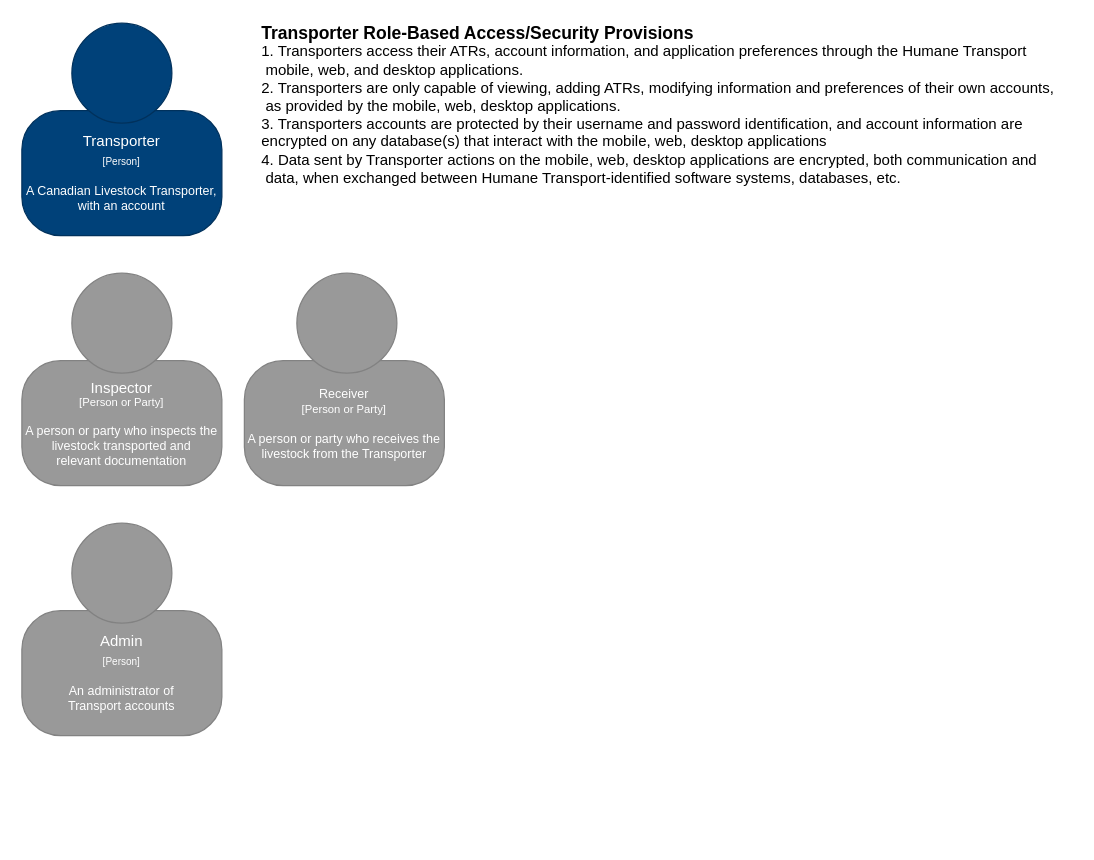
holtzmak/Humane-Transport keeps this draw.io diagram as documentation/client-server architecture/Persona Role-Based Access Security Provisions.drawio. Above is the earlier version. Source tidied: cells renumbered, new cells numbered last; positions are measured from the earlier drawing's top-left corner, leaving out a move shared by most shapes. Both pictures are drawn from the tidied source at 125%, with x=0, y=0 at pixel (21, 22).
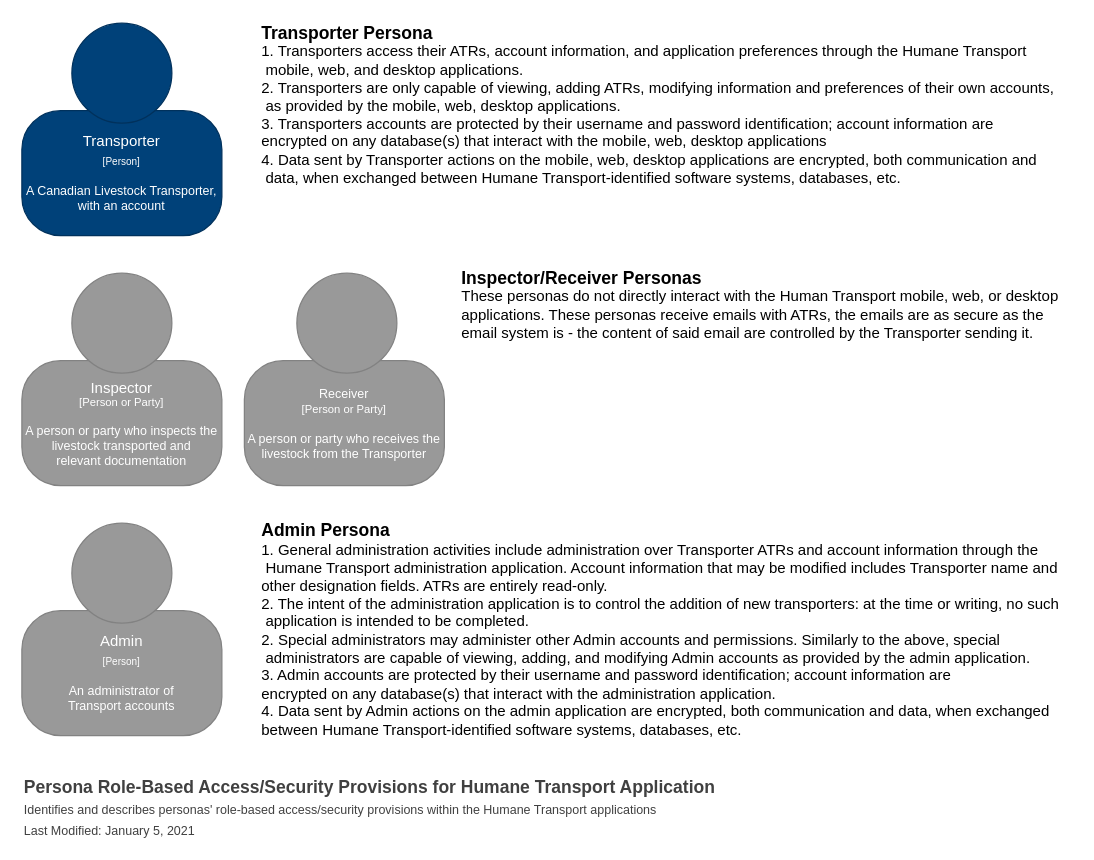
After the change.

Commit message (it also covers changes not shown here):
Add Receiver. Inspector, Admin Personas

Change to the diagram source:
```diff
@@
 <mxGraphModel>
   <root>
     <mxCell id="0" />
     <mxCell id="1" parent="0" />
     <mxCell id="2" style="group;" parent="1" vertex="1">
       <mxGeometry width="160" height="170" as="geometry" />
     </mxCell>
     <mxCell id="3" value="&lt;div&gt;&lt;font color=&quot;#ffffff&quot;&gt;Transporter&lt;br&gt;&lt;font style=&quot;font-size: 8px&quot;&gt;[Person]&lt;/font&gt;&lt;/font&gt;&lt;/div&gt;&lt;div style=&quot;font-size: 10px&quot;&gt;&lt;font color=&quot;#ffffff&quot; style=&quot;font-size: 10px&quot;&gt;&lt;span style=&quot;font-size: 8px&quot;&gt;&lt;br&gt;&lt;/span&gt;A Canadian Livestock Transporter,&lt;br&gt;with an account&lt;/font&gt;&lt;br&gt;&lt;/div&gt;" style="rounded=1;whiteSpace=wrap;html=1;strokeColor=#00315C;fillColor=#004179;fontColor=#000000;arcSize=31;" parent="2" vertex="1">
       <mxGeometry y="70" width="160" height="100" as="geometry" />
     </mxCell>
     <mxCell id="4" style="ellipse;whiteSpace=wrap;html=1;strokeColor=#00315C;fillColor=#004179;fontColor=#000000;" parent="2" vertex="1">
       <mxGeometry x="40" width="80" height="80" as="geometry" />
     </mxCell>
-    <mxCell id="5" value="&lt;b&gt;&lt;font style=&quot;font-size: 14px&quot;&gt;Transporter Role-Based Access/Security Provisions&lt;/font&gt;&lt;/b&gt;&lt;br&gt;1. Transporters access their ATRs, account information, and application preferences through the Humane Transport&lt;br&gt;&amp;nbsp;mobile, web, and desktop applications.&lt;br&gt;2. Transporters are only capable of viewing, adding ATRs, modifying information and preferences of their own accounts,&lt;br&gt;&amp;nbsp;as provided by the mobile, web, desktop applications.&lt;br&gt;3. Transporters accounts are protected by their username and password identification, and account information are &lt;br&gt;encrypted on any database(s) that interact with the mobile, web, desktop applications&lt;br&gt;4. Data sent by Transporter actions on the mobile, web, desktop applications are encrypted, both communication and&lt;br&gt;&amp;nbsp;data, when exchanged between Humane Transport-identified software systems, databases, etc." style="text;html=1;align=left;verticalAlign=middle;" parent="1" vertex="1">
+    <mxCell id="5" value="&lt;b&gt;&lt;font style=&quot;font-size: 14px&quot;&gt;Transporter Persona&lt;/font&gt;&lt;/b&gt;&lt;br&gt;1. Transporters access their ATRs, account information, and application preferences through the Humane Transport&lt;br&gt;&amp;nbsp;mobile, web, and desktop applications.&lt;br&gt;2. Transporters are only capable of viewing, adding ATRs, modifying information and preferences of their own accounts,&lt;br&gt;&amp;nbsp;as provided by the mobile, web, desktop applications.&lt;br&gt;3. Transporters accounts are protected by their username and password identification; account information are &lt;br&gt;encrypted on any database(s) that interact with the mobile, web, desktop applications&lt;br&gt;4. Data sent by Transporter actions on the mobile, web, desktop applications are encrypted, both communication and&lt;br&gt;&amp;nbsp;data, when exchanged between Humane Transport-identified software systems, databases, etc." style="text;html=1;align=left;verticalAlign=middle;" parent="1" vertex="1">
       <mxGeometry x="190" width="650" height="130" as="geometry" />
     </mxCell>
     <mxCell id="6" style="group;" parent="1" vertex="1">
       <mxGeometry y="200" width="160" height="170" as="geometry" />
     </mxCell>
     <mxCell id="7" value="&lt;div style=&quot;font-size: 9px&quot;&gt;&lt;font color=&quot;#ffffff&quot; style=&quot;font-size: 9px&quot;&gt;&lt;font style=&quot;font-size: 12px&quot;&gt;Inspector&lt;/font&gt;&lt;br&gt;&lt;span&gt;[Person or Party]&lt;/span&gt;&lt;br&gt;&lt;br&gt;&lt;/font&gt;&lt;/div&gt;&lt;div style=&quot;font-size: 10px&quot;&gt;&lt;font color=&quot;#ffffff&quot; style=&quot;font-size: 10px&quot;&gt;A person or party who inspects the&lt;br&gt;livestock transported and&lt;br&gt;relevant documentation&lt;/font&gt;&lt;br&gt;&lt;/div&gt;" style="rounded=1;whiteSpace=wrap;html=1;strokeColor=#828282;fillColor=#999999;fontColor=#000000;arcSize=31;" parent="6" vertex="1">
       <mxGeometry y="70" width="160" height="100" as="geometry" />
     </mxCell>
     <mxCell id="8" style="ellipse;whiteSpace=wrap;html=1;strokeColor=#828282;fillColor=#999999;fontColor=#000000;" parent="6" vertex="1">
       <mxGeometry x="40" width="80" height="80" as="geometry" />
     </mxCell>
     <mxCell id="9" style="group;" parent="1" vertex="1">
       <mxGeometry x="180" y="200" width="160" height="170" as="geometry" />
     </mxCell>
     <mxCell id="10" value="&lt;div style=&quot;font-size: 10px&quot;&gt;&lt;font color=&quot;#ffffff&quot; style=&quot;font-size: 10px&quot;&gt;&lt;span&gt;Receiver&lt;/span&gt;&lt;br&gt;&lt;span&gt;&lt;font style=&quot;font-size: 9px&quot;&gt;[Person or Party]&lt;/font&gt;&lt;/span&gt;&lt;br&gt;&lt;span&gt;&lt;br&gt;&lt;/span&gt;&lt;/font&gt;&lt;/div&gt;&lt;div style=&quot;font-size: 10px&quot;&gt;&lt;font color=&quot;#ffffff&quot; style=&quot;font-size: 10px&quot;&gt;&lt;span&gt;A person or party who receives the&lt;/span&gt;&lt;br&gt;&lt;span&gt;livestock from the Transporter&lt;/span&gt;&lt;/font&gt;&lt;br&gt;&lt;/div&gt;" style="rounded=1;whiteSpace=wrap;html=1;strokeColor=#828282;fillColor=#999999;fontColor=#000000;arcSize=31;" parent="9" vertex="1">
       <mxGeometry x="-2" y="70" width="160" height="100" as="geometry" />
     </mxCell>
     <mxCell id="11" style="ellipse;whiteSpace=wrap;html=1;strokeColor=#828282;fillColor=#999999;fontColor=#000000;" parent="9" vertex="1">
       <mxGeometry x="40" width="80" height="80" as="geometry" />
     </mxCell>
     <mxCell id="12" style="group;" parent="1" vertex="1">
       <mxGeometry y="400" width="160" height="170" as="geometry" />
     </mxCell>
     <mxCell id="13" value="&lt;div&gt;&lt;font color=&quot;#ffffff&quot;&gt;Admin&lt;br&gt;&lt;font style=&quot;font-size: 8px&quot;&gt;[Person]&lt;/font&gt;&lt;/font&gt;&lt;/div&gt;&lt;div style=&quot;font-size: 10px&quot;&gt;&lt;font color=&quot;#ffffff&quot; style=&quot;font-size: 10px&quot;&gt;&lt;span style=&quot;font-size: 8px&quot;&gt;&lt;br&gt;&lt;/span&gt;An administrator of&lt;br&gt;Transport accounts&lt;/font&gt;&lt;br&gt;&lt;/div&gt;" style="rounded=1;whiteSpace=wrap;html=1;strokeColor=#828282;fillColor=#999999;fontColor=#000000;arcSize=31;" parent="12" vertex="1">
       <mxGeometry y="70" width="160" height="100" as="geometry" />
     </mxCell>
     <mxCell id="14" style="ellipse;whiteSpace=wrap;html=1;strokeColor=#828282;fillColor=#999999;fontColor=#000000;" parent="12" vertex="1">
       <mxGeometry x="40" width="80" height="80" as="geometry" />
     </mxCell>
+    <mxCell id="15" value="&lt;b&gt;&lt;font style=&quot;font-size: 14px&quot;&gt;Inspector/Receiver Personas&lt;/font&gt;&lt;/b&gt;&lt;br&gt;&lt;span&gt;These personas do not directly interact with the Human Transport mobile, web, or desktop &lt;br&gt;applications. These personas receive emails with ATRs, the emails are as secure as the &lt;br&gt;email system is - the content of said email are controlled by the Transporter sending it.&lt;br&gt;&lt;/span&gt;" style="text;html=1;align=left;verticalAlign=middle;" parent="1" vertex="1">
+      <mxGeometry x="350" y="195" width="490" height="60" as="geometry" />
+    </mxCell>
+    <mxCell id="16" value="&lt;b&gt;&lt;font style=&quot;font-size: 14px&quot;&gt;Admin Persona&lt;/font&gt;&lt;/b&gt;&lt;br&gt;&lt;span&gt;1. General administration activities include administration over Transporter ATRs and account information through the&lt;br&gt;&amp;nbsp;Humane Transport administration&amp;nbsp;&lt;/span&gt;&lt;span&gt;application. Account information that may be modified includes Transporter name and &lt;br&gt;other designation fields. ATRs are entirely read-only.&lt;br&gt;&lt;/span&gt;2. The intent of the administration application is to control the addition of new transporters: at the time or writing, no such&lt;br&gt;&amp;nbsp;application is intended to be completed.&lt;br&gt;&lt;span&gt;2. Special administrators may administer other Admin accounts and permissions. Similarly to the above, special&lt;br&gt;&amp;nbsp;administrators are capable of viewing, adding, and modifying Admin accounts&lt;/span&gt;&lt;span&gt;&amp;nbsp;as provided by the admin application.&lt;/span&gt;&lt;br&gt;&lt;span&gt;3. Admin accounts are protected by their username and password identification; account information are&amp;nbsp;&lt;/span&gt;&lt;br&gt;&lt;span&gt;encrypted on any database(s) that interact with the administration application.&lt;/span&gt;&lt;br&gt;&lt;span&gt;4. Data sent by Admin actions on the admin application are encrypted, both communication and&amp;nbsp;&lt;/span&gt;&lt;span&gt;data, when exchanged &lt;br&gt;between Humane Transport-identified software systems, databases, etc.&lt;/span&gt;&lt;span&gt;&lt;br&gt;&lt;/span&gt;" style="text;html=1;align=left;verticalAlign=middle;" parent="1" vertex="1">
+      <mxGeometry x="190" y="400" width="650" height="170" as="geometry" />
+    </mxCell>
+    <mxCell id="17" value="Persona Role-Based Access/Security Provisions for Humane Transport Application&lt;br style=&quot;font-size: 10px&quot;&gt;&lt;font size=&quot;1&quot;&gt;&lt;span style=&quot;font-weight: 400&quot;&gt;Identifies and describes personas' role-based access/security provisions within the Humane Transport applications&lt;br&gt;Last Modified: January 5, 2021&lt;br&gt;&lt;/span&gt;&lt;/font&gt;" style="text;html=1;align=left;verticalAlign=top;spacingTop=-4;fontSize=14;fontColor=#404040;fontStyle=1;" parent="1" vertex="1">
+      <mxGeometry y="600" width="570" height="50" as="geometry" />
+    </mxCell>
   </root>
 </mxGraphModel>
```
